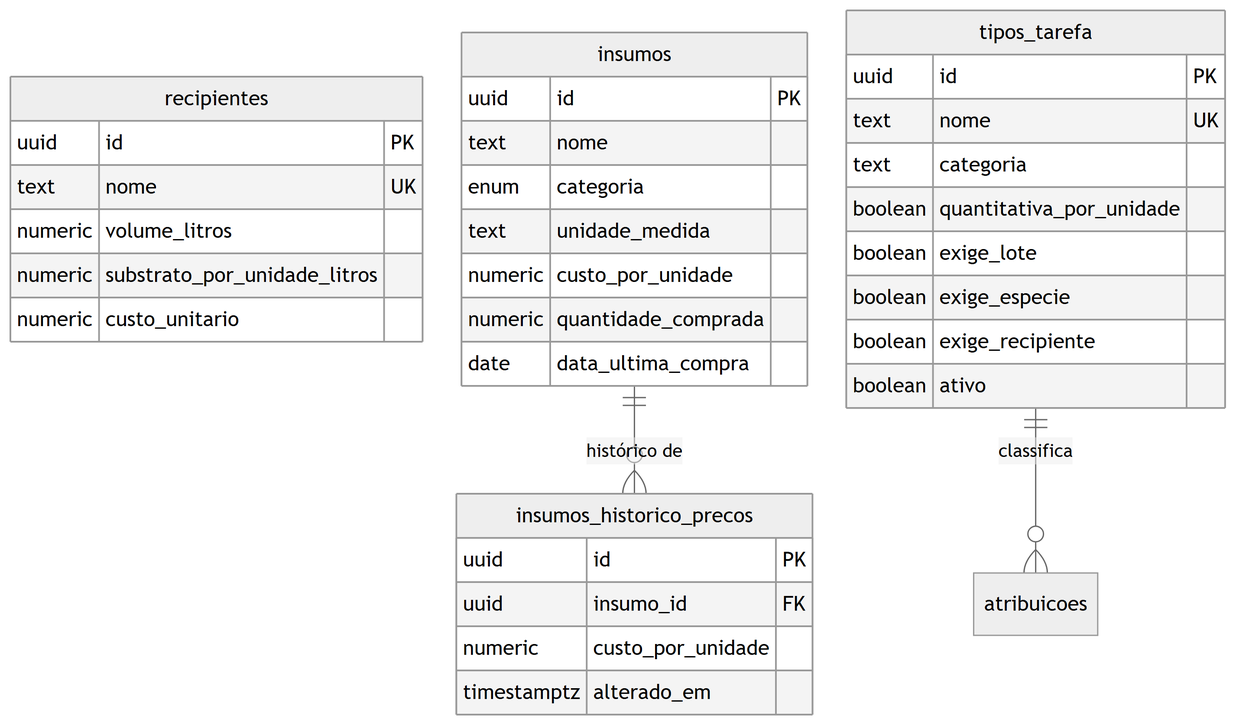
Before: docs/engenharia/modelo-dados-pt/img/fig10-cadastros-insumo-recipiente.png, a diagram exported from Mermaid (JoaoMudar/mudar). Its source is kept beside it as docs/engenharia/modelo-dados-pt/mmd/fig10-cadastros-insumo-recipiente.mmd.
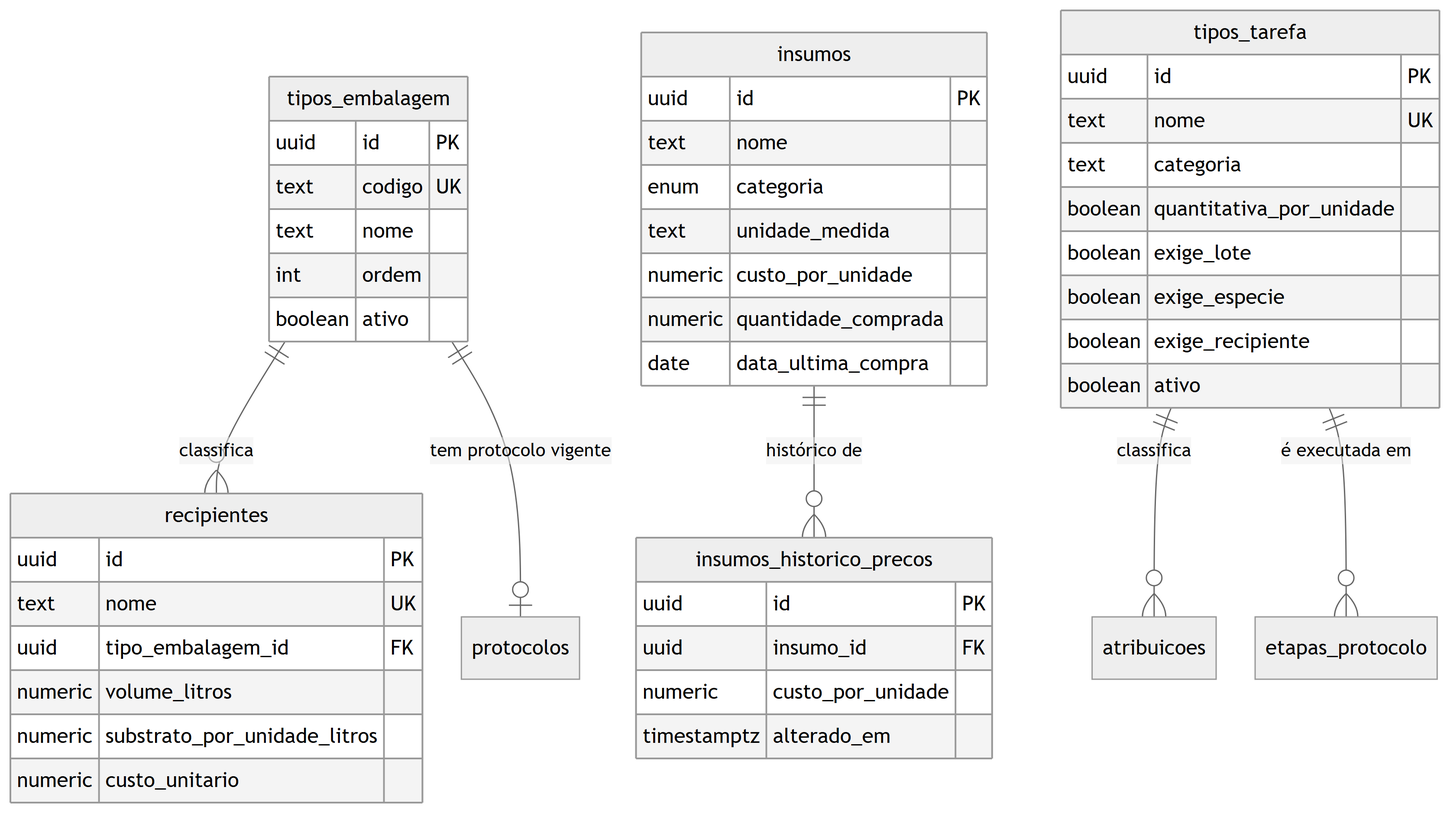
Above is the later version.

Change to the diagram source:
```diff
@@ -1,7 +1,15 @@
 erDiagram
+  tipos_embalagem {
+    uuid id PK
+    text codigo UK
+    text nome
+    int ordem
+    boolean ativo
+  }
   recipientes {
     uuid id PK
     text nome UK
+    uuid tipo_embalagem_id FK
     numeric volume_litros
     numeric substrato_por_unidade_litros
     numeric custo_unitario
@@ -33,6 +41,13 @@
   }
   atribuicoes {
   }
+  protocolos {
+  }
+  etapas_protocolo {
+  }
 
-  insumos      ||--o{ insumos_historico_precos : "histórico de"
-  tipos_tarefa ||--o{ atribuicoes              : "classifica"
+  insumos         ||--o{ insumos_historico_precos : "histórico de"
+  tipos_tarefa    ||--o{ atribuicoes              : "classifica"
+  tipos_embalagem ||--o{ recipientes              : "classifica"
+  tipos_embalagem ||--o| protocolos               : "tem protocolo vigente"
+  tipos_tarefa    ||--o{ etapas_protocolo         : "é executada em"
```
